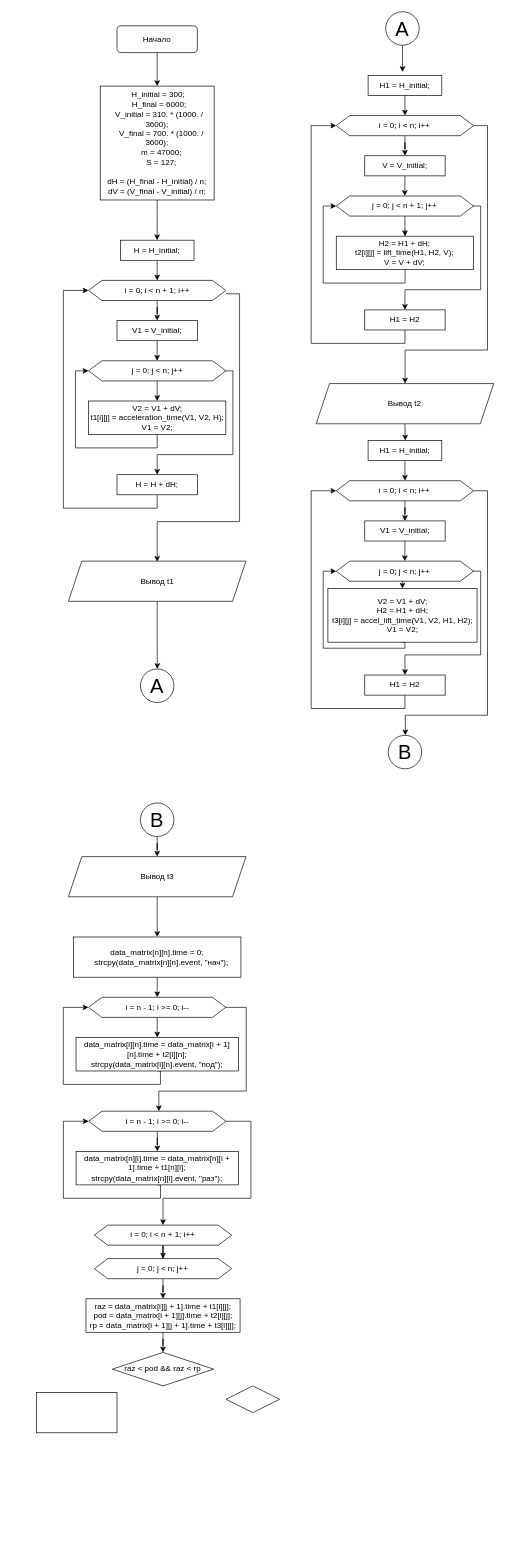
nerses-a/Least_squares keeps this draw.io diagram as Диаграмма без названия.drawio. Above is the earlier version. Source tidied: cells renumbered, new cells numbered last; positions are measured from the earlier drawing's top-left corner, leaving out a move shared by most shapes. Both pictures are drawn from the tidied source at 67%, with x=0, y=0 at pixel (36, 11).
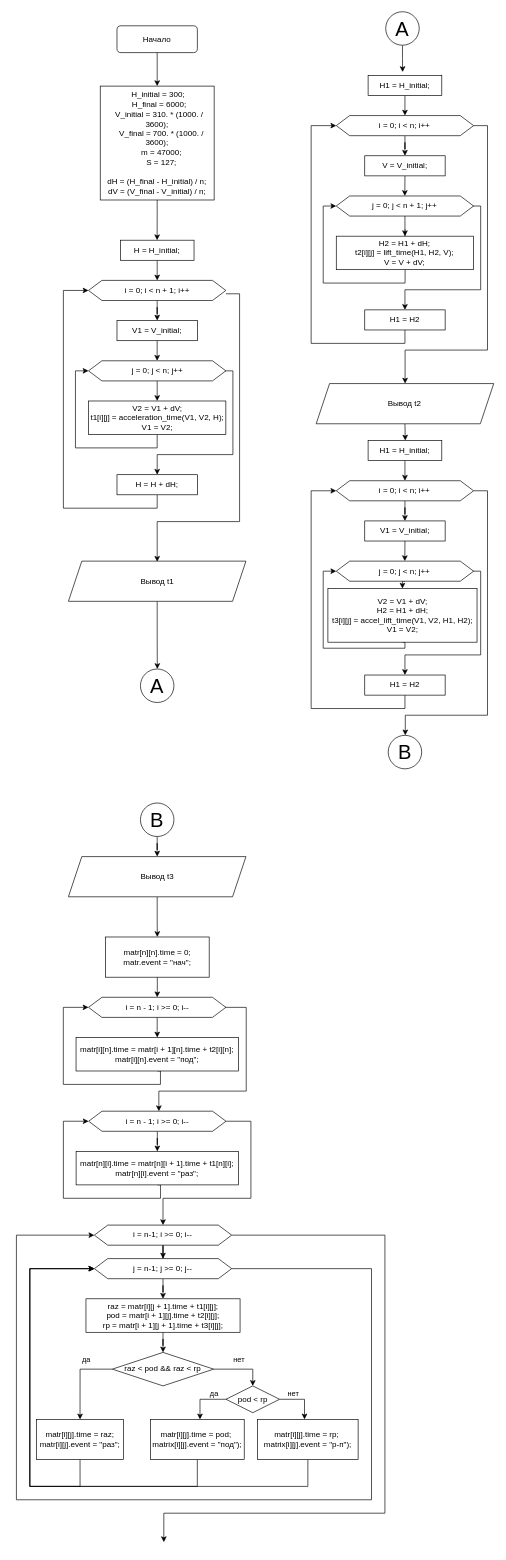
After the change.

The change refers to these unchanged cells:
```xml
<mxCell id="78" value="raz &amp;lt; pod &amp;amp;&amp;amp; raz &amp;lt; rp" style="rhombus;whiteSpace=wrap;html=1;" parent="1" vertex="1">
  <mxGeometry x="113.2" y="2001" width="151.2" height="50" as="geometry" />
</mxCell>
```

Change to the diagram source:
```diff
@@
-    <mxCell id="61" value="&lt;div&gt;data_matrix[n][n].time = 0;&lt;/div&gt;&lt;div&gt;&amp;nbsp; &amp;nbsp; strcpy(data_matrix[n][n].event, &quot;нач&quot;);&lt;/div&gt;" style="rounded=0;whiteSpace=wrap;html=1;" parent="1" vertex="1">
-      <mxGeometry x="55.2" y="1381" width="249.9" height="60" as="geometry" />
+    <mxCell id="61" value="&lt;div&gt;matr[n][n].time = 0;&lt;/div&gt;&lt;div&gt;&lt;span style=&quot;background-color: initial;&quot;&gt;matr.event = &quot;нач&quot;;&lt;/span&gt;&lt;/div&gt;" style="rounded=0;whiteSpace=wrap;html=1;" parent="1" vertex="1">
+      <mxGeometry x="102.9" y="1381" width="154.8" height="60" as="geometry" />
     </mxCell>
@@
-    <mxCell id="66" value="&lt;div&gt;data_matrix[i][n].time = data_matrix[i + 1][n].time + t2[i][n];&lt;/div&gt;&lt;div&gt;&lt;span style=&quot;background-color: initial;&quot;&gt;strcpy(data_matrix[i][n].event, &quot;под&quot;);&lt;/span&gt;&lt;/div&gt;" style="rounded=0;whiteSpace=wrap;html=1;" parent="1" vertex="1">
+    <mxCell id="66" value="&lt;div&gt;matr[i][n].time = matr[i + 1][n].time + t2[i][n];&lt;/div&gt;&lt;div&gt;&lt;span style=&quot;background-color: initial;&quot;&gt;matr[i][n].event = &quot;под&quot;;&lt;/span&gt;&lt;/div&gt;" style="rounded=0;whiteSpace=wrap;html=1;" parent="1" vertex="1">
       <mxGeometry x="59" y="1531" width="242.4" height="50" as="geometry" />
     </mxCell>
@@
-    <mxCell id="71" value="&lt;div&gt;data_matrix[n][i].time = data_matrix[n][i + 1].time + t1[n][i];&lt;/div&gt;&lt;div&gt;&lt;span style=&quot;background-color: initial;&quot;&gt;strcpy(data_matrix[n][i].event, &quot;раз&quot;);&lt;/span&gt;&lt;/div&gt;" style="rounded=0;whiteSpace=wrap;html=1;" parent="1" vertex="1">
+    <mxCell id="71" value="&lt;div&gt;matr[n][i].time = matr[n][i + 1].time + t1[n][i];&lt;/div&gt;&lt;div&gt;&lt;span style=&quot;background-color: initial;&quot;&gt;matr[n][i].event = &quot;раз&quot;;&lt;/span&gt;&lt;/div&gt;" style="rounded=0;whiteSpace=wrap;html=1;" parent="1" vertex="1">
       <mxGeometry x="59.1" y="1701" width="242.4" height="50" as="geometry" />
     </mxCell>
@@
+    <mxCell id="81" style="edgeStyle=orthogonalEdgeStyle;rounded=0;jettySize=auto;html=1;exitX=1;exitY=0.5;exitDx=0;exitDy=0;" parent="1" edge="1" source="73">
+      <mxGeometry relative="1" as="geometry">
+        <mxPoint x="190" y="2284.2" as="targetPoint" />
+        <Array as="points">
+          <mxPoint x="520" y="1826" />
+          <mxPoint x="520" y="2241" />
+          <mxPoint x="190" y="2241" />
+        </Array>
+      </mxGeometry>
+    </mxCell>
-    <mxCell id="73" value="i = 0; i &amp;lt; n + 1; i++" style="shape=hexagon;perimeter=hexagonPerimeter2;whiteSpace=wrap;html=1;fixedSize=1;" parent="1" vertex="1">
+    <mxCell id="73" value="i = n-1; i &amp;gt;= 0; i--" style="shape=hexagon;perimeter=hexagonPerimeter2;whiteSpace=wrap;html=1;fixedSize=1;" parent="1" vertex="1">
       <mxGeometry x="86.3" y="1811" width="205" height="30" as="geometry" />
     </mxCell>
@@
+    <mxCell id="82" style="edgeStyle=orthogonalEdgeStyle;rounded=0;jettySize=auto;html=1;exitX=1;exitY=0.5;exitDx=0;exitDy=0;entryX=0;entryY=0.5;entryDx=0;entryDy=0;" parent="1" edge="1" source="75" target="73">
+      <mxGeometry relative="1" as="geometry">
+        <Array as="points">
+          <mxPoint x="500" y="1876" />
+          <mxPoint x="500" y="2221" />
+          <mxPoint x="-30" y="2221" />
+          <mxPoint x="-30" y="1826" />
+        </Array>
+      </mxGeometry>
+    </mxCell>
-    <mxCell id="75" value="j = 0; j &amp;lt; n; j++" style="shape=hexagon;perimeter=hexagonPerimeter2;whiteSpace=wrap;html=1;fixedSize=1;" parent="1" vertex="1">
+    <mxCell id="75" value="j = n-1; j &amp;gt;= 0; j--" style="shape=hexagon;perimeter=hexagonPerimeter2;whiteSpace=wrap;html=1;fixedSize=1;" parent="1" vertex="1">
       <mxGeometry x="86.3" y="1861" width="205" height="30" as="geometry" />
     </mxCell>
@@
-    <mxCell id="77" value="&lt;div&gt;raz = data_matrix[i][j + 1].time + t1[i][j];&lt;/div&gt;&lt;div&gt;&lt;span style=&quot;background-color: initial;&quot;&gt;pod = data_matrix[i + 1][j].time + t2[i][j];&lt;/span&gt;&lt;/div&gt;&lt;div&gt;&lt;span style=&quot;background-color: initial;&quot;&gt;rp = data_matrix[i + 1][j + 1].time + t3[i][j];&lt;/span&gt;&lt;/div&gt;" style="rounded=0;whiteSpace=wrap;html=1;" parent="1" vertex="1">
+    <mxCell id="77" value="&lt;div&gt;raz = matr[i][j + 1].time + t1[i][j];&lt;/div&gt;&lt;div&gt;&lt;span style=&quot;background-color: initial;&quot;&gt;pod = matr[i + 1][j].time + t2[i][j];&lt;/span&gt;&lt;/div&gt;&lt;div&gt;&lt;span style=&quot;background-color: initial;&quot;&gt;rp = matr[i + 1][j + 1].time + t3[i][j];&lt;/span&gt;&lt;/div&gt;" style="rounded=0;whiteSpace=wrap;html=1;" parent="1" vertex="1">
       <mxGeometry x="73.8" y="1921" width="230" height="50" as="geometry" />
     </mxCell>
+    <mxCell id="83" style="edgeStyle=orthogonalEdgeStyle;rounded=0;jettySize=auto;html=1;exitX=1;exitY=0.5;exitDx=0;exitDy=0;entryX=0.5;entryY=0;entryDx=0;entryDy=0;" parent="1" edge="1" source="78" target="80">
+      <mxGeometry relative="1" as="geometry" />
+    </mxCell>
+    <mxCell id="84" value="нет" style="edgeLabel;html=1;align=center;verticalAlign=middle;" parent="83" vertex="1">
+      <mxGeometry x="-0.18" y="2" relative="1" as="geometry">
+        <mxPoint x="3" y="-13" as="offset" />
+      </mxGeometry>
+    </mxCell>
+    <mxCell id="85" style="edgeStyle=orthogonalEdgeStyle;rounded=0;jettySize=auto;html=1;exitX=0;exitY=0.5;exitDx=0;exitDy=0;entryX=0.5;entryY=0;entryDx=0;entryDy=0;" parent="1" edge="1" source="78" target="79">
+      <mxGeometry relative="1" as="geometry" />
+    </mxCell>
+    <mxCell id="86" value="да" style="edgeLabel;html=1;align=center;verticalAlign=middle;" parent="85" vertex="1">
+      <mxGeometry x="-0.26" y="-2" relative="1" as="geometry">
+        <mxPoint x="6" y="-13" as="offset" />
+      </mxGeometry>
+    </mxCell>
@@
+    <mxCell id="87" style="edgeStyle=orthogonalEdgeStyle;rounded=0;jettySize=auto;html=1;exitX=0.5;exitY=1;exitDx=0;exitDy=0;entryX=0;entryY=0.5;entryDx=0;entryDy=0;" parent="1" edge="1" source="79" target="75">
+      <mxGeometry relative="1" as="geometry">
+        <Array as="points">
+          <mxPoint x="65" y="2201" />
+          <mxPoint x="-10" y="2201" />
+          <mxPoint x="-10" y="1876" />
+        </Array>
+      </mxGeometry>
+    </mxCell>
-    <mxCell id="79" style="rounded=0;whiteSpace=wrap;html=1;" parent="1" vertex="1">
-      <mxGeometry x="0.1" y="2061" width="120" height="60" as="geometry" />
+    <mxCell id="79" value="&lt;div&gt;matr[i][j].time = raz;&lt;/div&gt;&lt;div&gt;&lt;span style=&quot;background-color: initial;&quot;&gt;matr[i][j].event = &quot;раз&quot;;&lt;/span&gt;&lt;/div&gt;" style="rounded=0;whiteSpace=wrap;html=1;" parent="1" vertex="1">
+      <mxGeometry y="2101" width="129.9" height="60" as="geometry" />
     </mxCell>
+    <mxCell id="88" style="edgeStyle=orthogonalEdgeStyle;rounded=0;jettySize=auto;html=1;" parent="1" edge="1" source="80" target="93">
+      <mxGeometry relative="1" as="geometry">
+        <Array as="points">
+          <mxPoint x="244" y="2071" />
+        </Array>
+      </mxGeometry>
+    </mxCell>
+    <mxCell id="89" value="да" style="edgeLabel;html=1;align=center;verticalAlign=middle;" parent="88" vertex="1">
+      <mxGeometry x="-0.36" relative="1" as="geometry">
+        <mxPoint x="4" y="-10" as="offset" />
+      </mxGeometry>
+    </mxCell>
+    <mxCell id="90" style="edgeStyle=orthogonalEdgeStyle;rounded=0;jettySize=auto;html=1;" parent="1" edge="1" source="80" target="95">
+      <mxGeometry relative="1" as="geometry">
+        <Array as="points">
+          <mxPoint x="400" y="2071" />
+        </Array>
+      </mxGeometry>
+    </mxCell>
+    <mxCell id="91" value="нет" style="edgeLabel;html=1;align=center;verticalAlign=middle;" parent="90" vertex="1">
+      <mxGeometry x="-0.41" y="2" relative="1" as="geometry">
+        <mxPoint y="-8" as="offset" />
+      </mxGeometry>
+    </mxCell>
-    <mxCell id="80" style="rhombus;whiteSpace=wrap;html=1;" parent="1" vertex="1">
+    <mxCell id="80" value="pod &amp;lt; rp" style="rhombus;whiteSpace=wrap;html=1;" parent="1" vertex="1">
       <mxGeometry x="282.8" y="2051" width="80" height="40" as="geometry" />
     </mxCell>
+    <mxCell id="92" style="edgeStyle=orthogonalEdgeStyle;rounded=0;jettySize=auto;html=1;entryX=0;entryY=0.5;entryDx=0;entryDy=0;" parent="1" edge="1" source="93" target="75">
+      <mxGeometry relative="1" as="geometry">
+        <Array as="points">
+          <mxPoint x="240" y="2201" />
+          <mxPoint x="-10" y="2201" />
+          <mxPoint x="-10" y="1876" />
+        </Array>
+      </mxGeometry>
+    </mxCell>
+    <mxCell id="93" value="&lt;div&gt;matr[i][j].time = pod;&lt;span style=&quot;background-color: initial;&quot;&gt;&amp;nbsp;&lt;/span&gt;&lt;/div&gt;&lt;div&gt;&lt;span style=&quot;background-color: initial;&quot;&gt;matrix[i][j].event = &quot;под&quot;);&lt;/span&gt;&lt;/div&gt;" style="rounded=0;whiteSpace=wrap;html=1;" parent="1" vertex="1">
+      <mxGeometry x="170" y="2101" width="140" height="60" as="geometry" />
+    </mxCell>
+    <mxCell id="94" style="edgeStyle=orthogonalEdgeStyle;rounded=0;jettySize=auto;html=1;entryX=0;entryY=0.5;entryDx=0;entryDy=0;" parent="1" edge="1" source="95" target="75">
+      <mxGeometry relative="1" as="geometry">
+        <Array as="points">
+          <mxPoint x="405" y="2201" />
+          <mxPoint x="-10" y="2201" />
+          <mxPoint x="-10" y="1876" />
+        </Array>
+      </mxGeometry>
+    </mxCell>
+    <mxCell id="95" value="&lt;div style=&quot;border-color: var(--border-color);&quot;&gt;matr[i][j].time = rp;&amp;nbsp;&lt;/div&gt;&lt;div style=&quot;border-color: var(--border-color);&quot;&gt;&lt;span style=&quot;border-color: var(--border-color); background-color: initial;&quot;&gt;matrix[i][j].event = &quot;р-п&quot;);&lt;/span&gt;&lt;/div&gt;" style="rounded=0;whiteSpace=wrap;html=1;" parent="1" vertex="1">
+      <mxGeometry x="330" y="2101" width="150" height="60" as="geometry" />
+    </mxCell>
```
